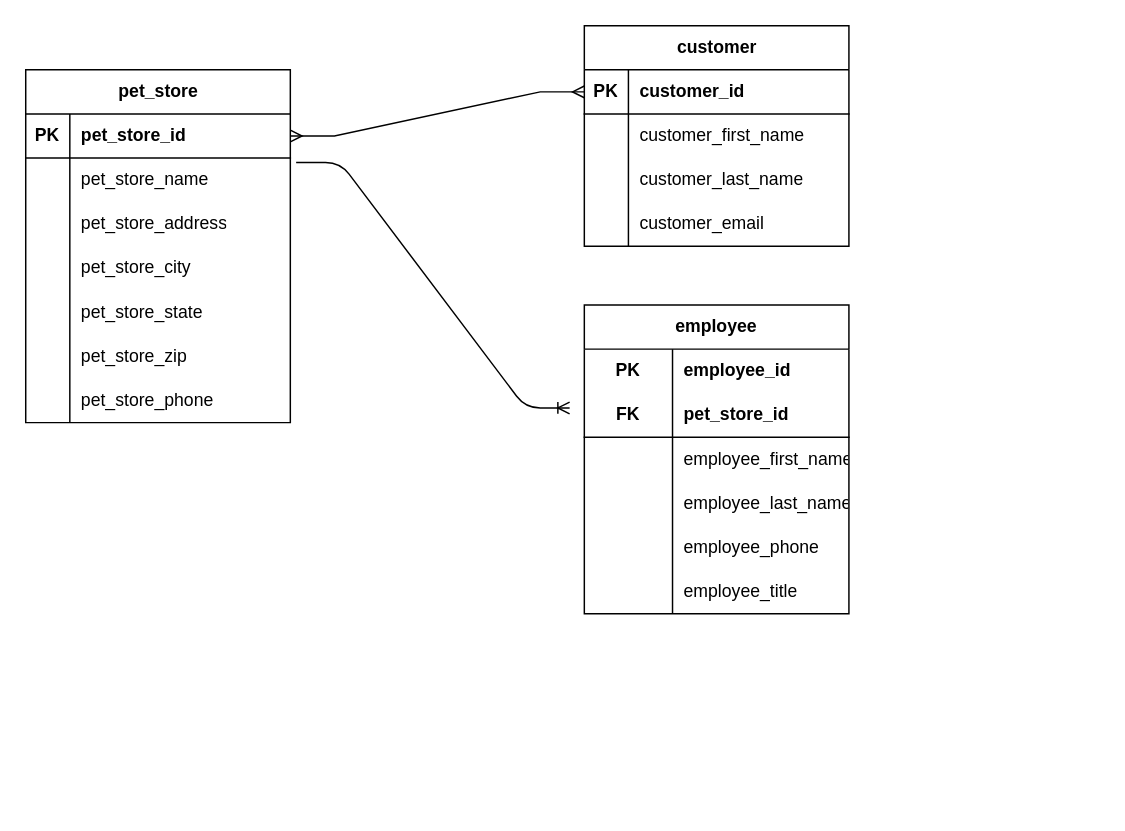
alarming-effect/PetStore keeps this draw.io diagram as Untitled Diagram.drawio. Above is the earlier version. Source tidied: cells renumbered, new cells numbered last; positions are measured from the earlier drawing's top-left corner, leaving out a move shared by most shapes. Both pictures are drawn from the tidied source at 147%, with x=0, y=0 at pixel (25, 25).
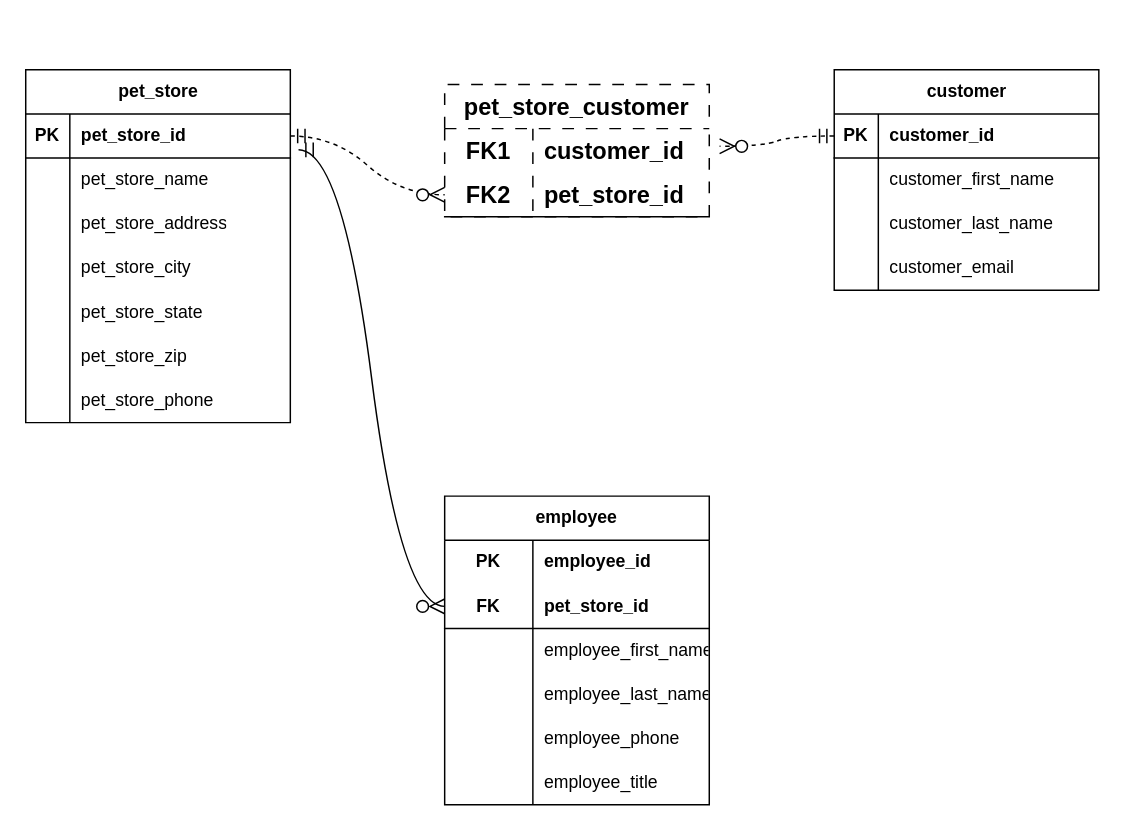
The same diagram, later.

The change refers to these unchanged cells:
```xml
<mxCell id="2" value="pet_store" style="shape=table;startSize=30;childLayout=tableLayout;rowLines=0;fontStyle=1;align=center;html=1;" parent="1" vertex="1">
  <mxGeometry y="30" width="180" height="240" as="geometry" />
</mxCell>
<mxCell id="3" style="shape=tableRow;horizontal=0;startSize=0;swimlaneHead=0;swimlaneBody=0;fillColor=none;points=[[0,0.5],[1,0.5]];portConstraint=eastwest;top=0;left=0;right=0;bottom=1;" parent="2" vertex="1">
  <mxGeometry y="30" width="180" height="30" as="geometry" />
</mxCell>
<mxCell id="6" style="shape=tableRow;horizontal=0;startSize=0;swimlaneHead=0;swimlaneBody=0;fillColor=none;points=[[0,0.5],[1,0.5]];portConstraint=eastwest;top=0;left=0;right=0;bottom=0;" parent="2" vertex="1">
  <mxGeometry y="60" width="180" height="30" as="geometry" />
</mxCell>
<mxCell id="29" style="shape=tableRow;horizontal=0;startSize=0;swimlaneHead=0;swimlaneBody=0;fillColor=none;points=[[0,0.5],[1,0.5]];portConstraint=eastwest;top=0;left=0;right=0;bottom=1;html=1;" parent="25" vertex="1">
  <mxGeometry y="60" width="180" height="30" as="geometry" />
</mxCell>
<mxCell id="45" style="shape=tableRow;horizontal=0;startSize=0;swimlaneHead=0;swimlaneBody=0;fillColor=none;points=[[0,0.5],[1,0.5]];portConstraint=eastwest;top=0;left=0;right=0;bottom=1;" parent="44" vertex="1">
  <mxGeometry y="30" width="180" height="30" as="geometry" />
</mxCell>
```

What changed in the source:
```diff
@@
-    <mxCell id="24" style="edgeStyle=entityRelationEdgeStyle;fontSize=12;html=1;endArrow=ERoneToMany;rounded=1;curved=0;exitX=1.022;exitY=0.1;exitDx=0;exitDy=0;exitPerimeter=0;" parent="2" edge="1" source="6">
-      <mxGeometry relative="1" as="geometry">
-        <mxPoint x="370" y="230" as="targetPoint" />
-        <Array as="points">
-          <mxPoint x="300" y="130" />
-          <mxPoint x="290" y="140" />
-          <mxPoint x="290" y="160" />
-          <mxPoint x="300" y="160" />
-        </Array>
-      </mxGeometry>
-    </mxCell>
     <mxCell id="25" value="employee" style="shape=table;startSize=30;childLayout=tableLayout;rowLines=0;fontStyle=1;align=center;html=1;whiteSpace=wrap;" parent="1" vertex="1">
-      <mxGeometry x="380" y="190" width="180" height="210" as="geometry" />
+      <mxGeometry x="285" y="320" width="180" height="210" as="geometry" />
     </mxCell>
@@
     <mxCell id="44" value="customer" style="shape=table;startSize=30;childLayout=tableLayout;rowLines=0;fontStyle=1;align=center;html=1;" parent="1" vertex="1">
-      <mxGeometry x="380" width="180" height="150" as="geometry" />
+      <mxGeometry x="550" y="30" width="180" height="150" as="geometry" />
     </mxCell>
@@
-    <mxCell id="57" style="edgeStyle=entityRelationEdgeStyle;fontSize=12;html=1;endArrow=ERmany;startArrow=ERmany;rounded=0;exitX=1;exitY=0.5;exitDx=0;exitDy=0;entryX=0;entryY=0.5;entryDx=0;entryDy=0;" parent="1" edge="1" source="3" target="45">
-      <mxGeometry relative="1" as="geometry" />
-    </mxCell>
+    <mxCell id="58" value="pet_store_customer" style="shape=table;startSize=30;childLayout=tableLayout;rowLines=0;fontStyle=1;align=center;html=1;whiteSpace=wrap;fontSize=16;dashed=1;dashPattern=8 8;" parent="1" vertex="1">
+      <mxGeometry x="285" y="40" width="180" height="90" as="geometry" />
+    </mxCell>
+    <mxCell id="59" style="shape=tableRow;horizontal=0;startSize=0;swimlaneHead=0;swimlaneBody=0;fillColor=none;points=[[0,0.5],[1,0.5]];portConstraint=eastwest;top=0;left=0;right=0;bottom=0;html=1;fontSize=16;" parent="58" vertex="1">
+      <mxGeometry y="30" width="180" height="30" as="geometry" />
+    </mxCell>
+    <mxCell id="60" value="FK1" style="shape=partialRectangle;fillColor=none;top=0;left=0;bottom=0;right=0;fontStyle=1;overflow=hidden;html=1;whiteSpace=wrap;fontSize=16;" parent="59" vertex="1">
+      <mxGeometry width="60" height="30" as="geometry" />
+    </mxCell>
+    <mxCell id="61" value="customer_id" style="shape=partialRectangle;fillColor=none;top=0;left=0;bottom=0;right=0;align=left;spacingLeft=6;fontStyle=1;overflow=hidden;html=1;whiteSpace=wrap;fontSize=16;" parent="59" vertex="1">
+      <mxGeometry x="60" width="120" height="30" as="geometry" />
+    </mxCell>
+    <mxCell id="62" style="shape=tableRow;horizontal=0;startSize=0;swimlaneHead=0;swimlaneBody=0;fillColor=none;points=[[0,0.5],[1,0.5]];portConstraint=eastwest;top=0;left=0;right=0;bottom=1;html=1;fontSize=16;" parent="58" vertex="1">
+      <mxGeometry y="60" width="180" height="30" as="geometry" />
+    </mxCell>
+    <mxCell id="63" value="FK2" style="shape=partialRectangle;fillColor=none;top=0;left=0;bottom=0;right=0;fontStyle=1;overflow=hidden;html=1;whiteSpace=wrap;fontSize=16;" parent="62" vertex="1">
+      <mxGeometry width="60" height="30" as="geometry" />
+    </mxCell>
+    <mxCell id="64" value="pet_store_id" style="shape=partialRectangle;fillColor=none;top=0;left=0;bottom=0;right=0;align=left;spacingLeft=6;fontStyle=1;overflow=hidden;html=1;whiteSpace=wrap;fontSize=16;" parent="62" vertex="1">
+      <mxGeometry x="60" width="120" height="30" as="geometry" />
+    </mxCell>
+    <mxCell id="65" style="edgeStyle=entityRelationEdgeStyle;fontSize=12;html=1;endArrow=ERzeroToMany;startArrow=ERmandOne;rounded=0;startSize=8;endSize=8;curved=1;exitX=1.031;exitY=-0.187;exitDx=0;exitDy=0;exitPerimeter=0;" parent="1" edge="1" source="6" target="29">
+      <mxGeometry relative="1" as="geometry" />
+    </mxCell>
+    <mxCell id="66" style="edgeStyle=entityRelationEdgeStyle;fontSize=12;html=1;endArrow=ERzeroToMany;startArrow=ERmandOne;rounded=0;startSize=8;endSize=8;curved=1;entryX=0;entryY=0.5;entryDx=0;entryDy=0;dashed=1;" parent="1" edge="1" source="3" target="62">
+      <mxGeometry relative="1" as="geometry" />
+    </mxCell>
+    <mxCell id="67" style="edgeStyle=entityRelationEdgeStyle;fontSize=12;html=1;endArrow=ERzeroToMany;startArrow=ERmandOne;rounded=0;startSize=8;endSize=8;curved=1;exitX=0;exitY=0.5;exitDx=0;exitDy=0;entryX=1.039;entryY=0.4;entryDx=0;entryDy=0;dashed=1;entryPerimeter=0;" parent="1" edge="1" source="45" target="59">
+      <mxGeometry relative="1" as="geometry" />
+    </mxCell>
```
